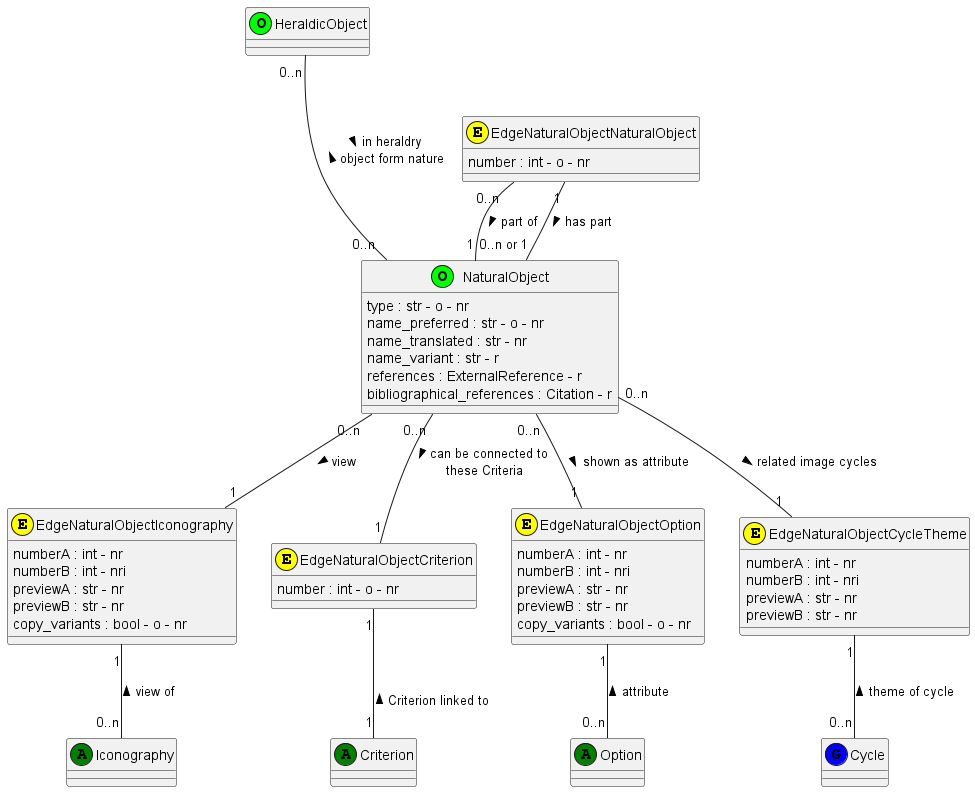
Before: documentation/class_diagrams/NaturalObject.png, a diagram exported from PlantUML (tmasch/bpf_be).
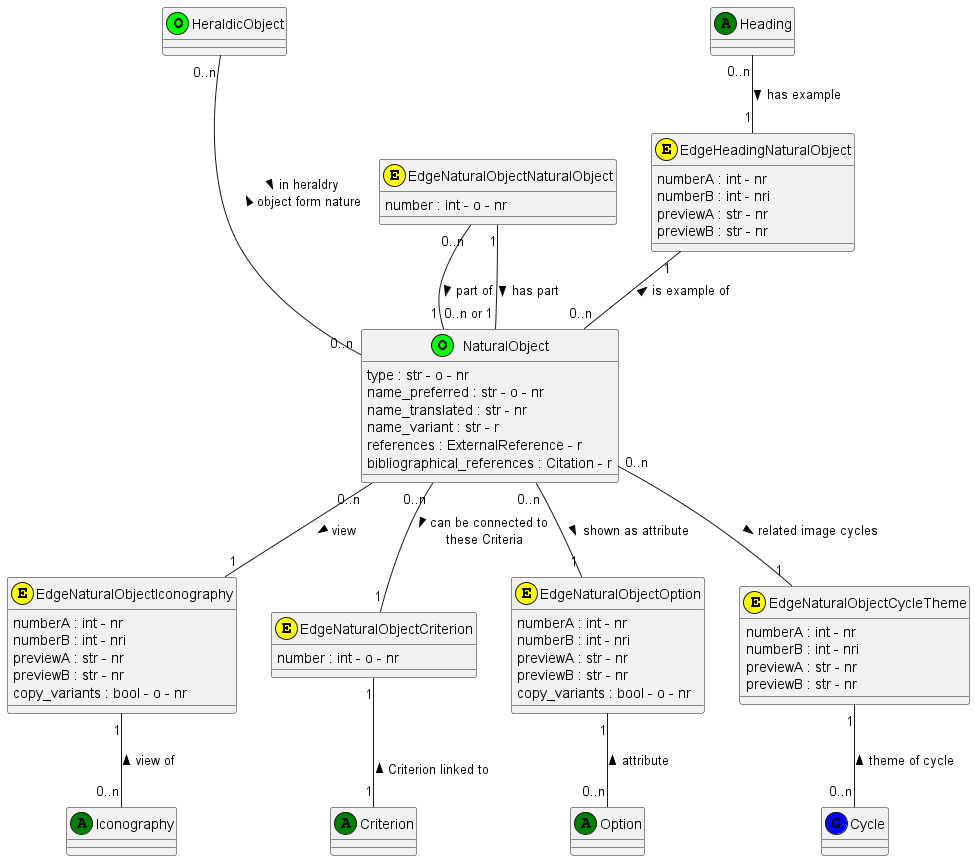
Later version of the same file.

The edit, as a diff of the source:
```diff
@@ -17,8 +17,18 @@
 
 class HeraldicObject <<(O,lime)>>
 
+class Heading <<(A,green)>>
+
 class EdgeNaturalObjectNaturalObject <<(E,yellow)>>
 EdgeNaturalObjectNaturalObject : number : int - o - nr
+
+class EdgeHeadingNaturalObject  <<(E,yellow)>>
+EdgeHeadingNaturalObject : numberA : int - nr
+EdgeHeadingNaturalObject : numberB : int - nri
+EdgeHeadingNaturalObject : previewA : str - nr
+EdgeHeadingNaturalObject : previewB : str - nr
+
+
 
 class EdgeNaturalObjectIconography <<(E,yellow)>>
 EdgeNaturalObjectIconography : numberA : int - nr
@@ -47,6 +57,9 @@
 EdgeNaturalObjectNaturalObject "0..n" -- "1" NaturalObject : part of >
 EdgeNaturalObjectNaturalObject "1" -- "0..n or 1" NaturalObject: has part >
 
+Heading "0..n" -- "1" EdgeHeadingNaturalObject : has example >
+EdgeHeadingNaturalObject "1" -- "0..n" NaturalObject : is example of <
+
 NaturalObject "0..n" -- "1" EdgeNaturalObjectIconography : view >
 EdgeNaturalObjectIconography "1" -- "0..n" Iconography : view of <
 
```
